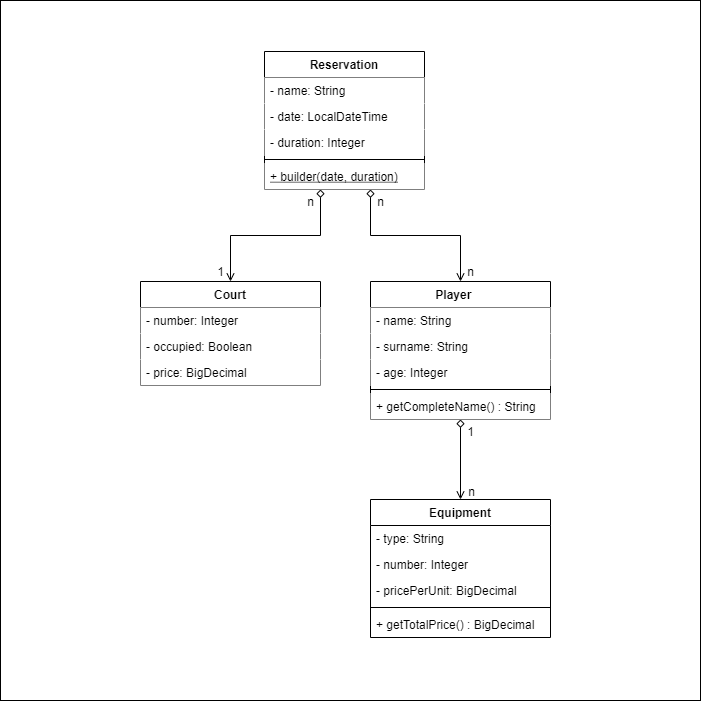
This is docs/TennisCourts.models.png from miw-upm/apaw-practice, a draw.io export, as it was before one commit. Source tidied: cells renumbered, new cells last; positions are measured from the earlier drawing's top-left corner, leaving out a move shared by most shapes.
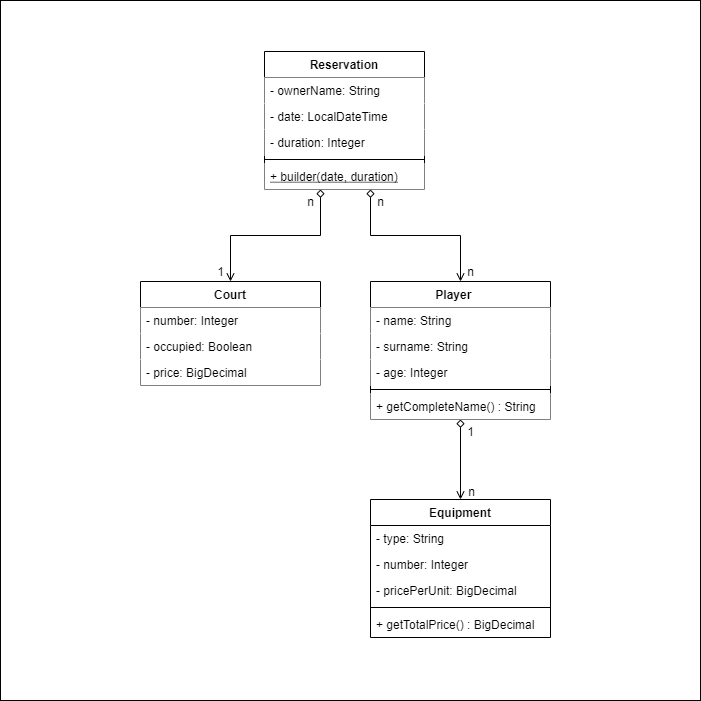
After the commit.

Commit message:
Changes on TennisCourts model & UML #9

What changed in the source:
```diff
@@ -24,7 +24,7 @@
     <mxCell id="5" value="Reservation" style="swimlane;fontStyle=1;align=center;verticalAlign=top;horizontal=1;startSize=26;fillColor=default;" parent="1" vertex="1">
       <mxGeometry x="264" y="51" width="160" height="138" as="geometry" />
     </mxCell>
-    <mxCell id="6" value="- name: String" style="text;align=left;verticalAlign=top;spacingLeft=4;spacingRight=4;overflow=hidden;fillColor=default;" parent="5" vertex="1">
+    <mxCell id="6" value="- ownerName: String" style="text;align=left;verticalAlign=top;spacingLeft=4;spacingRight=4;overflow=hidden;fillColor=default;" parent="5" vertex="1">
       <mxGeometry y="26" width="160" height="26" as="geometry" />
     </mxCell>
     <mxCell id="7" value="- date: LocalDateTime" style="text;strokeColor=none;fillColor=default;align=left;verticalAlign=top;spacingLeft=4;spacingRight=4;overflow=hidden;" parent="5" vertex="1">
```
